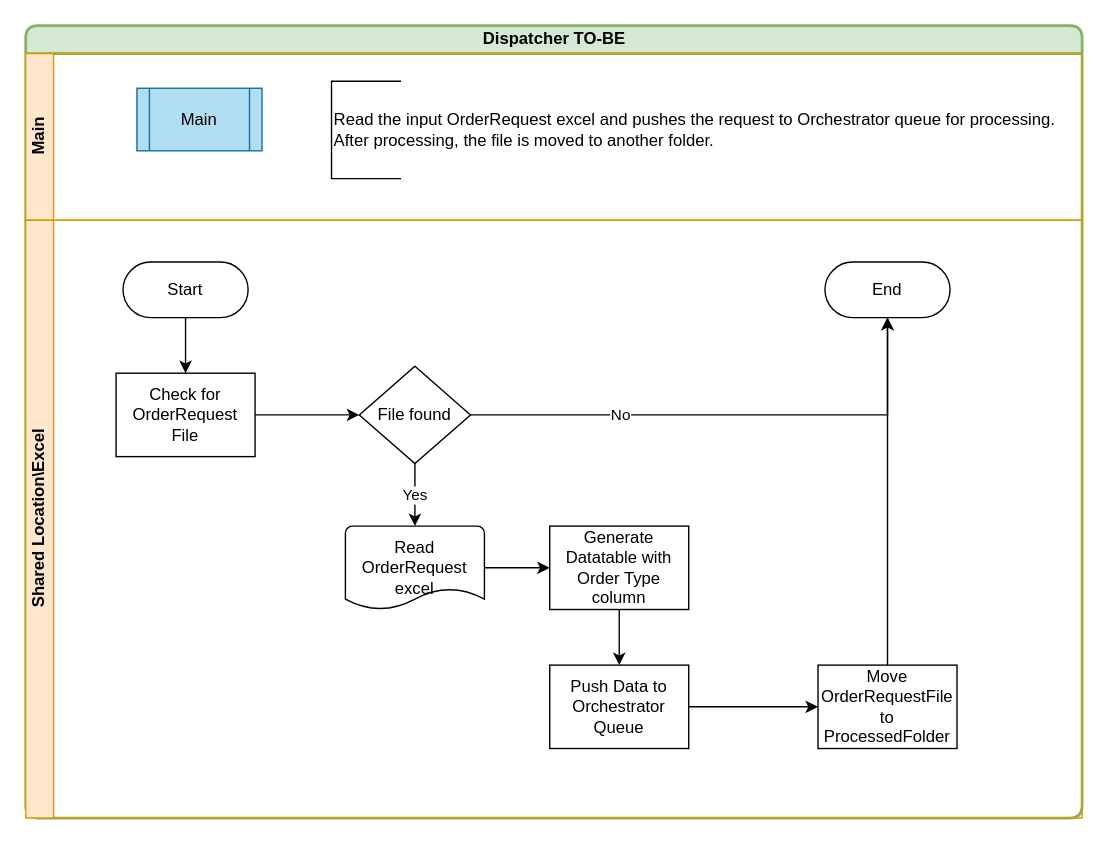
This is page "Dispatcher To-BE" (3 of 3) of _layouts/Untitled Diagram.drawio from Neha92/github-slideshow, a draw.io file, before an edit. Source tidied: cells renumbered, new cells numbered last; positions are measured from the earlier drawing's top-left corner, leaving out a move shared by most shapes. Both pictures are drawn from the tidied source at 139%, with x=0, y=0 at pixel (25, 25).
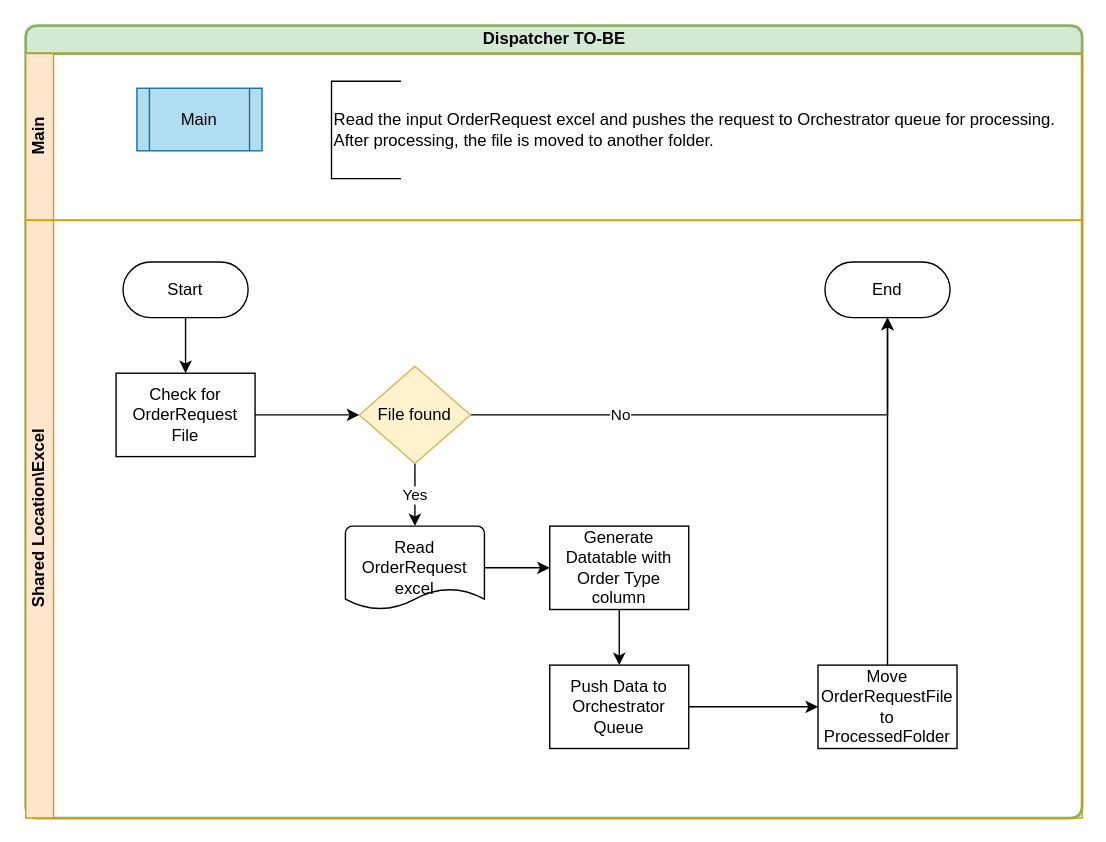
After the change.

Commit message:
Process Flows Diagram.drawio

The change refers to these unchanged cells:
```xml
<mxCell id="6" value="Shared Location\Excel" style="swimlane;html=1;startSize=20;horizontal=0;fillColor=#ffe6cc;strokeColor=#d79b00;" parent="2" vertex="1">
  <mxGeometry y="140" width="760" height="430" as="geometry" />
</mxCell>
```

Change to the diagram source:
```diff
@@
-    <mxCell id="15" value="File found" style="strokeWidth=1;html=1;shape=mxgraph.flowchart.decision;whiteSpace=wrap;rounded=1;" parent="6" vertex="1">
+    <mxCell id="15" value="File found" style="strokeWidth=1;html=1;shape=mxgraph.flowchart.decision;whiteSpace=wrap;rounded=1;fillColor=#fff2cc;strokeColor=#d6b656;" parent="6" vertex="1">
       <mxGeometry x="240" y="105" width="80" height="70" as="geometry" />
     </mxCell>
```
